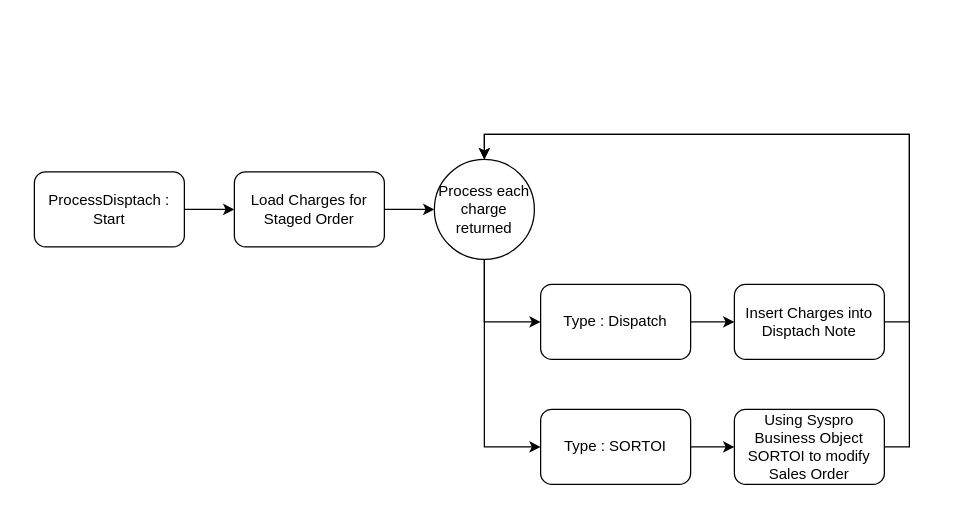
DevJustinP/WIP keeps this draw.io diagram as page "ProcessDispatch" (3 of 4) of Tickets/Normal Tickets/Ticket 32322 - SCT PO Automation/NewVersionSOHservice.drawio. Above is the earlier version. Source tidied: cells renumbered, new cells numbered last; positions are measured from the earlier drawing's top-left corner, leaving out a move shared by most shapes. Both pictures are drawn from the tidied source at 125%, with x=0, y=0 at pixel (34, 134).
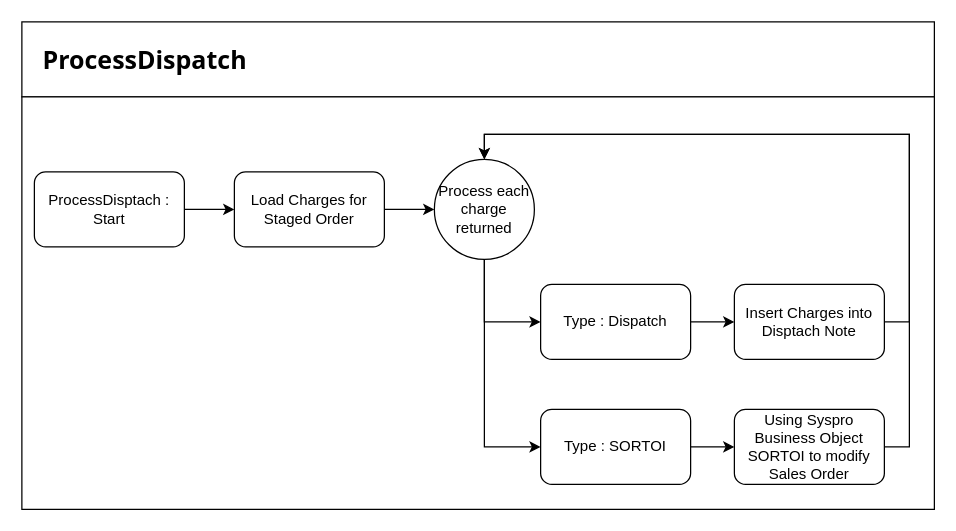
The same page after the edit.

Diff of the diagram source:
```diff
@@
+    <mxCell id="17" value="ProcessDispatch" style="rounded=0;whiteSpace=wrap;html=1;fontFamily=Tahoma;fontStyle=1;fontSize=20;align=left;spacingLeft=15;" parent="1" vertex="1">
+      <mxGeometry x="-10" y="-90" width="730" height="60" as="geometry" />
+    </mxCell>
+    <mxCell id="18" style="rounded=0;whiteSpace=wrap;html=1;fontFamily=Tahoma;fontSize=20;" parent="1" vertex="1">
+      <mxGeometry x="-10" y="-30" width="730" height="330" as="geometry" />
+    </mxCell>
```
